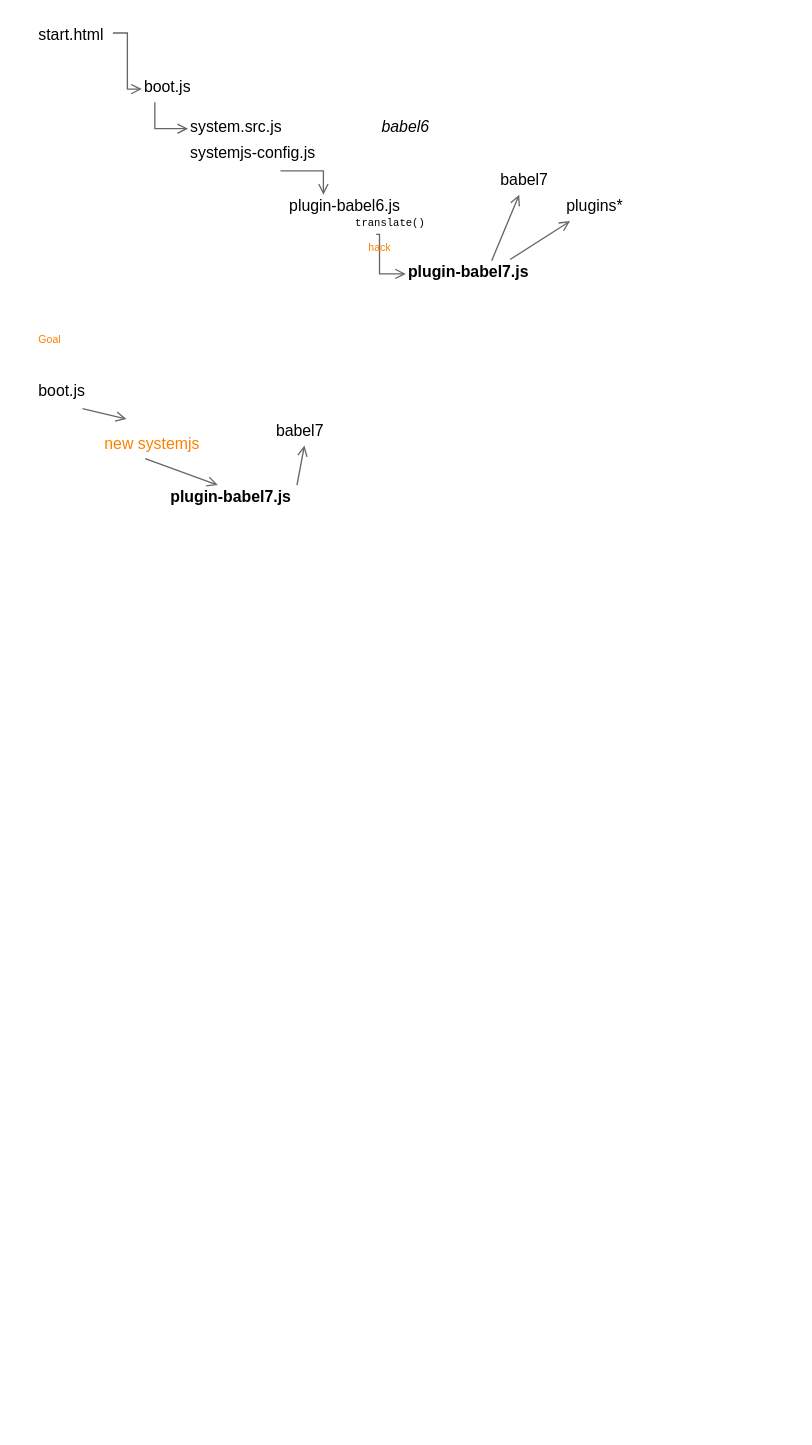
Above: doc/babel/babel.drawio in LivelyKernel/lively4-core (draw.io), before the change. Source tidied: cells renumbered, new cells numbered last; positions are measured from the earlier drawing's top-left corner, leaving out a move shared by most shapes. Both pictures are drawn from the tidied source at 132%, with x=0, y=0 at pixel (22, 22).
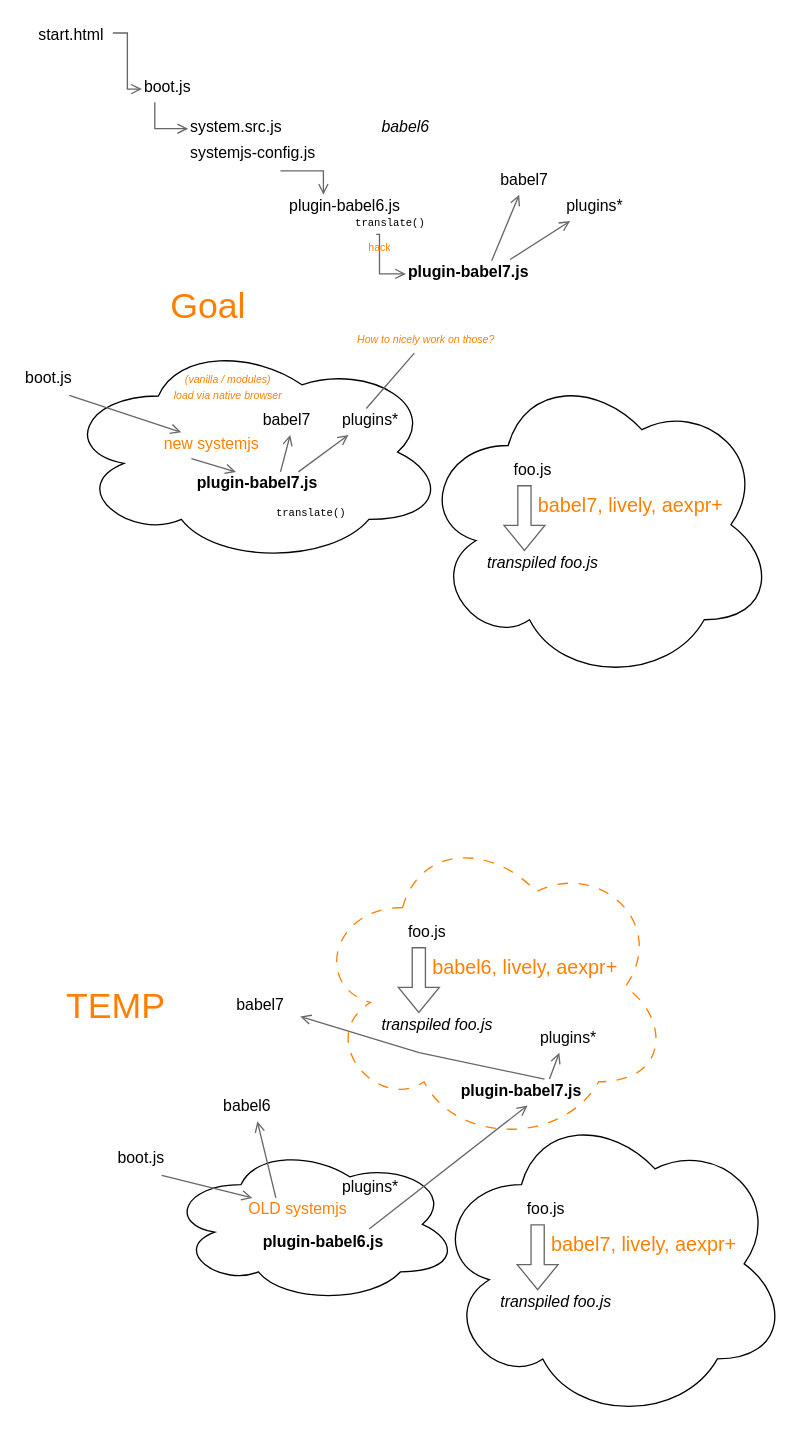
After the change.

Change to the diagram source:
```diff
@@
+    <mxCell id="27" style="ellipse;shape=cloud;whiteSpace=wrap;html=1;fontFamily=Helvetica;fontSize=27;fontColor=#FF8000;dashed=1;dashPattern=8 8;strokeColor=#FF8000;" parent="1" vertex="1">
+      <mxGeometry x="220" y="610" width="270" height="240" as="geometry" />
+    </mxCell>
+    <mxCell id="28" style="ellipse;shape=cloud;whiteSpace=wrap;html=1;fontFamily=Helvetica;fontSize=27;fontColor=#FF8000;" parent="1" vertex="1">
+      <mxGeometry x="300" y="260" width="270" height="240" as="geometry" />
+    </mxCell>
+    <mxCell id="29" style="ellipse;shape=cloud;whiteSpace=wrap;html=1;fontFamily=Helvetica;fontSize=27;fontColor=#FF8000;" parent="1" vertex="1">
+      <mxGeometry x="30" y="240" width="290" height="170" as="geometry" />
+    </mxCell>
@@
-    <mxCell id="19" value="Goal" style="text;html=1;align=center;verticalAlign=middle;strokeColor=none;fillColor=none;fontSize=8;fontFamily=Helvetica;fontColor=#FF8000;fontStyle=0;" parent="1" vertex="1">
-      <mxGeometry y="230" width="40" height="20" as="geometry" />
+    <mxCell id="19" value="Goal" style="text;html=1;align=center;verticalAlign=middle;strokeColor=none;fillColor=none;fontSize=27;fontFamily=Helvetica;fontColor=#FF8000;fontStyle=0;" parent="1" vertex="1">
+      <mxGeometry x="100" y="190" width="80" height="50" as="geometry" />
     </mxCell>
-    <mxCell id="20" style="edgeStyle=none;shape=connector;rounded=0;jettySize=auto;html=1;exitX=0.25;exitY=1;exitDx=0;exitDy=0;labelBackgroundColor=default;strokeColor=#666666;fontFamily=Helvetica;fontSize=8;fontColor=#FF8000;endArrow=open;endFill=0;" parent="1" edge="1" source="21">
-      <mxGeometry relative="1" as="geometry">
-        <mxPoint x="78.3" y="300" as="targetPoint" />
-      </mxGeometry>
+    <mxCell id="20" style="edgeStyle=none;shape=connector;rounded=0;jettySize=auto;html=1;exitX=0.25;exitY=1;exitDx=0;exitDy=0;labelBackgroundColor=default;strokeColor=#666666;fontFamily=Helvetica;fontSize=8;fontColor=#FF8000;endArrow=open;endFill=0;" parent="1" edge="1" source="21" target="26">
+      <mxGeometry relative="1" as="geometry" />
     </mxCell>
     <mxCell id="21" value="boot.js" style="text;whiteSpace=wrap;html=1;fontSize=12;fontFamily=Helvetica;fontColor=default;spacingLeft=0;spacingRight=0;spacing=2;spacingBottom=0;spacingTop=-5;" parent="1" vertex="1">
-      <mxGeometry x="10" y="270" width="140" height="22" as="geometry" />
+      <mxGeometry y="260" width="140" height="22" as="geometry" />
     </mxCell>
     <mxCell id="22" value="babel7" style="text;strokeColor=none;fillColor=none;align=left;verticalAlign=top;spacingLeft=0;spacingRight=0;overflow=hidden;points=[[0,0.5],[1,0.5]];portConstraint=eastwest;whiteSpace=wrap;html=1;labelPosition=center;verticalLabelPosition=middle;spacing=2;spacingBottom=0;spacingTop=-5;" parent="1" vertex="1">
-      <mxGeometry x="190" y="300" width="50" height="20" as="geometry" />
+      <mxGeometry x="180" y="292" width="50" height="20" as="geometry" />
     </mxCell>
-    <mxCell id="23" style="edgeStyle=none;shape=connector;rounded=0;jettySize=auto;html=1;exitX=0.75;exitY=0;exitDx=0;exitDy=0;labelBackgroundColor=default;strokeColor=#666666;fontFamily=Helvetica;fontSize=8;fontColor=#FF8000;endArrow=open;endFill=0;" parent="1" edge="1" source="24" target="22">
+    <mxCell id="23" style="edgeStyle=none;shape=connector;rounded=0;jettySize=auto;html=1;exitX=0.5;exitY=0;exitDx=0;exitDy=0;labelBackgroundColor=default;strokeColor=#666666;fontFamily=Helvetica;fontSize=8;fontColor=#FF8000;endArrow=open;endFill=0;" parent="1" edge="1" source="24" target="22">
       <mxGeometry relative="1" as="geometry" />
     </mxCell>
     <mxCell id="24" value="plugin-babel7.js" style="text;whiteSpace=wrap;html=1;fontSize=12;fontFamily=Helvetica;fontColor=default;spacingLeft=0;spacingRight=0;spacing=2;spacingBottom=0;spacingTop=-5;fontStyle=1;" parent="1" vertex="1">
-      <mxGeometry x="110" y="350" width="130" height="20" as="geometry" />
+      <mxGeometry x="130" y="340" width="130" height="20" as="geometry" />
     </mxCell>
@@
     <mxCell id="26" value="new systemjs" style="text;whiteSpace=wrap;html=1;fontSize=12;fontFamily=Helvetica;fontColor=#FF8000;spacingLeft=0;spacingRight=0;spacing=2;spacingBottom=0;spacingTop=-5;fontStyle=0;" parent="1" vertex="1">
-      <mxGeometry x="60" y="310" width="130" height="20" as="geometry" />
+      <mxGeometry x="105" y="310" width="90" height="20" as="geometry" />
     </mxCell>
+    <mxCell id="30" value="plugins*" style="text;whiteSpace=wrap;html=1;fontSize=12;fontFamily=Helvetica;fontColor=default;spacingLeft=0;spacingRight=0;spacing=2;spacingBottom=0;spacingTop=-5;fontStyle=0;" parent="1" vertex="1">
+      <mxGeometry x="240" y="292" width="40" height="20" as="geometry" />
+    </mxCell>
+    <mxCell id="31" style="shape=connector;rounded=0;jettySize=auto;html=1;labelBackgroundColor=default;strokeColor=#666666;fontFamily=Helvetica;fontSize=11;fontColor=default;endArrow=open;endFill=0;" parent="1" edge="1" source="24" target="30">
+      <mxGeometry relative="1" as="geometry" />
+    </mxCell>
+    <mxCell id="32" value="foo.js" style="text;whiteSpace=wrap;html=1;fontSize=12;fontFamily=Helvetica;fontColor=default;spacingLeft=0;spacingRight=0;spacing=2;spacingBottom=0;spacingTop=-5;" parent="1" vertex="1">
+      <mxGeometry x="370" y="330" width="110" height="20" as="geometry" />
+    </mxCell>
+    <mxCell id="33" style="shape=flexArrow;endArrow=classic;html=1;rounded=0;labelBackgroundColor=default;strokeColor=#666666;fontFamily=Helvetica;fontSize=27;fontColor=#FF8000;" parent="1" edge="1">
+      <mxGeometry relative="1" as="geometry">
+        <mxPoint x="379.8" y="350" as="sourcePoint" />
+        <mxPoint x="379.8" y="400" as="targetPoint" />
+      </mxGeometry>
+    </mxCell>
+    <mxCell id="34" value="&lt;i&gt;transpiled foo.js&lt;/i&gt;" style="text;whiteSpace=wrap;html=1;fontSize=12;fontFamily=Helvetica;fontColor=default;spacingLeft=0;spacingRight=0;spacing=2;spacingBottom=0;spacingTop=-5;" parent="1" vertex="1">
+      <mxGeometry x="350" y="400" width="110" height="20" as="geometry" />
+    </mxCell>
+    <mxCell id="35" value="&lt;font face=&quot;Courier New&quot; style=&quot;font-size: 8px;&quot;&gt;translate()&lt;/font&gt;" style="text;whiteSpace=wrap;html=1;fontSize=8;fontFamily=Helvetica;fontColor=default;" parent="1" vertex="1">
+      <mxGeometry x="190" y="360" width="70" height="20" as="geometry" />
+    </mxCell>
+    <mxCell id="36" value="&lt;i&gt;load via native browser&lt;/i&gt;" style="text;html=1;align=center;verticalAlign=middle;strokeColor=none;fillColor=none;fontSize=8;fontFamily=Helvetica;fontColor=#FF8000;fontStyle=0;" parent="1" vertex="1">
+      <mxGeometry x="100" y="272" width="110" height="20" as="geometry" />
+    </mxCell>
+    <mxCell id="37" value="&lt;i&gt;(vanilla / modules)&lt;/i&gt;" style="text;html=1;align=center;verticalAlign=middle;strokeColor=none;fillColor=none;fontSize=8;fontFamily=Helvetica;fontColor=#FF8000;fontStyle=0;" parent="1" vertex="1">
+      <mxGeometry x="110" y="260" width="90" height="20" as="geometry" />
+    </mxCell>
+    <mxCell id="38" value="babel7, lively, aexpr+" style="text;html=1;align=center;verticalAlign=middle;strokeColor=none;fillColor=none;fontSize=15;fontFamily=Helvetica;fontColor=#FF8000;fontStyle=0;" parent="1" vertex="1">
+      <mxGeometry x="380" y="350" width="160" height="30" as="geometry" />
+    </mxCell>
+    <mxCell id="39" style="ellipse;shape=cloud;whiteSpace=wrap;html=1;fontFamily=Helvetica;fontSize=27;fontColor=#FF8000;" parent="1" vertex="1">
+      <mxGeometry x="310" y="820" width="270" height="240" as="geometry" />
+    </mxCell>
+    <mxCell id="40" style="ellipse;shape=cloud;whiteSpace=wrap;html=1;fontFamily=Helvetica;fontSize=27;fontColor=#FF8000;" parent="1" vertex="1">
+      <mxGeometry x="110" y="850" width="220" height="120" as="geometry" />
+    </mxCell>
+    <mxCell id="41" value="TEMP" style="text;html=1;align=center;verticalAlign=middle;strokeColor=none;fillColor=none;fontSize=27;fontFamily=Helvetica;fontColor=#FF8000;fontStyle=0;" parent="1" vertex="1">
+      <mxGeometry x="20" y="720" width="100" height="50" as="geometry" />
+    </mxCell>
+    <mxCell id="42" style="edgeStyle=none;shape=connector;rounded=0;jettySize=auto;html=1;exitX=0.25;exitY=1;exitDx=0;exitDy=0;labelBackgroundColor=default;strokeColor=#666666;fontFamily=Helvetica;fontSize=8;fontColor=#FF8000;endArrow=open;endFill=0;" parent="1" edge="1" source="43" target="49">
+      <mxGeometry relative="1" as="geometry" />
+    </mxCell>
+    <mxCell id="43" value="boot.js" style="text;whiteSpace=wrap;html=1;fontSize=12;fontFamily=Helvetica;fontColor=default;spacingLeft=0;spacingRight=0;spacing=2;spacingBottom=0;spacingTop=-5;" parent="1" vertex="1">
+      <mxGeometry x="70" y="851" width="140" height="22" as="geometry" />
+    </mxCell>
+    <mxCell id="44" value="babel7" style="text;strokeColor=none;fillColor=none;align=left;verticalAlign=top;spacingLeft=0;spacingRight=0;overflow=hidden;points=[[0,0.5],[1,0.5]];portConstraint=eastwest;whiteSpace=wrap;html=1;labelPosition=center;verticalLabelPosition=middle;spacing=2;spacingBottom=0;spacingTop=-5;" parent="1" vertex="1">
+      <mxGeometry x="160" y="735" width="50" height="20" as="geometry" />
+    </mxCell>
+    <mxCell id="45" style="edgeStyle=none;shape=connector;rounded=0;jettySize=auto;html=1;exitX=0.5;exitY=0;exitDx=0;exitDy=0;labelBackgroundColor=default;strokeColor=#666666;fontFamily=Helvetica;fontSize=8;fontColor=#FF8000;endArrow=open;endFill=0;" parent="1" edge="1" source="46" target="44">
+      <mxGeometry relative="1" as="geometry">
+        <Array as="points">
+          <mxPoint x="300" y="780" />
+        </Array>
+      </mxGeometry>
+    </mxCell>
+    <mxCell id="46" value="plugin-babel7.js" style="text;whiteSpace=wrap;html=1;fontSize=12;fontFamily=Helvetica;fontColor=default;spacingLeft=0;spacingRight=0;spacing=2;spacingBottom=0;spacingTop=-5;fontStyle=1;" parent="1" vertex="1">
+      <mxGeometry x="330" y="800" width="130" height="20" as="geometry" />
+    </mxCell>
+    <mxCell id="47" style="edgeStyle=none;shape=connector;rounded=0;jettySize=auto;html=1;exitX=0.632;exitY=-0.072;exitDx=0;exitDy=0;labelBackgroundColor=default;strokeColor=#666666;fontFamily=Helvetica;fontSize=8;fontColor=#FF8000;endArrow=open;endFill=0;exitPerimeter=0;" parent="1" edge="1" source="60" target="46">
+      <mxGeometry relative="1" as="geometry" />
+    </mxCell>
+    <mxCell id="48" style="edgeStyle=none;shape=connector;rounded=0;jettySize=auto;html=1;exitX=0.25;exitY=0;exitDx=0;exitDy=0;labelBackgroundColor=default;strokeColor=#666666;fontFamily=Helvetica;fontSize=15;fontColor=#FF8000;endArrow=open;endFill=0;" parent="1" edge="1" source="49" target="61">
+      <mxGeometry relative="1" as="geometry" />
+    </mxCell>
+    <mxCell id="49" value="OLD systemjs" style="text;whiteSpace=wrap;html=1;fontSize=12;fontFamily=Helvetica;fontColor=#FF8000;spacingLeft=0;spacingRight=0;spacing=2;spacingBottom=0;spacingTop=-5;fontStyle=0;" parent="1" vertex="1">
+      <mxGeometry x="169" y="890" width="90" height="20" as="geometry" />
+    </mxCell>
+    <mxCell id="50" value="plugins*" style="text;whiteSpace=wrap;html=1;fontSize=12;fontFamily=Helvetica;fontColor=default;spacingLeft=0;spacingRight=0;spacing=2;spacingBottom=0;spacingTop=-5;fontStyle=0;" parent="1" vertex="1">
+      <mxGeometry x="390" y="760" width="40" height="20" as="geometry" />
+    </mxCell>
+    <mxCell id="51" style="shape=connector;rounded=0;jettySize=auto;html=1;labelBackgroundColor=default;strokeColor=#666666;fontFamily=Helvetica;fontSize=11;fontColor=default;endArrow=open;endFill=0;" parent="1" edge="1" source="46" target="50">
+      <mxGeometry relative="1" as="geometry" />
+    </mxCell>
+    <mxCell id="52" value="foo.js" style="text;whiteSpace=wrap;html=1;fontSize=12;fontFamily=Helvetica;fontColor=default;spacingLeft=0;spacingRight=0;spacing=2;spacingBottom=0;spacingTop=-5;" parent="1" vertex="1">
+      <mxGeometry x="380" y="890" width="110" height="20" as="geometry" />
+    </mxCell>
+    <mxCell id="53" style="shape=flexArrow;endArrow=classic;html=1;rounded=0;labelBackgroundColor=default;strokeColor=#666666;fontFamily=Helvetica;fontSize=27;fontColor=#FF8000;" parent="1" edge="1">
+      <mxGeometry relative="1" as="geometry">
+        <mxPoint x="389.8" y="910" as="sourcePoint" />
+        <mxPoint x="389.8" y="960" as="targetPoint" />
+      </mxGeometry>
+    </mxCell>
+    <mxCell id="54" value="&lt;i&gt;transpiled foo.js&lt;/i&gt;" style="text;whiteSpace=wrap;html=1;fontSize=12;fontFamily=Helvetica;fontColor=default;spacingLeft=0;spacingRight=0;spacing=2;spacingBottom=0;spacingTop=-5;" parent="1" vertex="1">
+      <mxGeometry x="360" y="960" width="110" height="20" as="geometry" />
+    </mxCell>
+    <mxCell id="55" value="babel7, lively, aexpr+" style="text;html=1;align=center;verticalAlign=middle;strokeColor=none;fillColor=none;fontSize=15;fontFamily=Helvetica;fontColor=#FF8000;fontStyle=0;" parent="1" vertex="1">
+      <mxGeometry x="390" y="910" width="160" height="30" as="geometry" />
+    </mxCell>
+    <mxCell id="56" value="foo.js" style="text;whiteSpace=wrap;html=1;fontSize=12;fontFamily=Helvetica;fontColor=default;spacingLeft=0;spacingRight=0;spacing=2;spacingBottom=0;spacingTop=-5;" parent="1" vertex="1">
+      <mxGeometry x="290" y="680" width="110" height="20" as="geometry" />
+    </mxCell>
+    <mxCell id="57" style="shape=flexArrow;endArrow=classic;html=1;rounded=0;labelBackgroundColor=default;strokeColor=#666666;fontFamily=Helvetica;fontSize=27;fontColor=#FF8000;" parent="1" edge="1">
+      <mxGeometry relative="1" as="geometry">
+        <mxPoint x="299.8" y="700" as="sourcePoint" />
+        <mxPoint x="299.8" y="750" as="targetPoint" />
+      </mxGeometry>
+    </mxCell>
+    <mxCell id="58" value="&lt;i&gt;transpiled foo.js&lt;/i&gt;" style="text;whiteSpace=wrap;html=1;fontSize=12;fontFamily=Helvetica;fontColor=default;spacingLeft=0;spacingRight=0;spacing=2;spacingBottom=0;spacingTop=-5;" parent="1" vertex="1">
+      <mxGeometry x="270" y="750" width="110" height="20" as="geometry" />
+    </mxCell>
+    <mxCell id="59" value="babel6, lively, aexpr+" style="text;html=1;align=center;verticalAlign=middle;strokeColor=none;fillColor=none;fontSize=15;fontFamily=Helvetica;fontColor=#FF8000;fontStyle=0;" parent="1" vertex="1">
+      <mxGeometry x="300" y="700" width="160" height="30" as="geometry" />
+    </mxCell>
+    <mxCell id="60" value="plugin-babel6.js" style="text;whiteSpace=wrap;html=1;fontSize=12;fontFamily=Helvetica;fontColor=default;spacingLeft=0;spacingRight=0;spacing=2;spacingBottom=0;spacingTop=-5;fontStyle=1;" parent="1" vertex="1">
+      <mxGeometry x="180" y="915" width="130" height="20" as="geometry" />
+    </mxCell>
+    <mxCell id="61" value="babel6" style="text;strokeColor=none;fillColor=none;align=left;verticalAlign=top;spacingLeft=0;spacingRight=0;overflow=hidden;points=[[0,0.5],[1,0.5]];portConstraint=eastwest;whiteSpace=wrap;html=1;labelPosition=center;verticalLabelPosition=middle;spacing=2;spacingBottom=0;spacingTop=-5;" parent="1" vertex="1">
+      <mxGeometry x="150" y="812" width="50" height="20" as="geometry" />
+    </mxCell>
+    <mxCell id="62" style="edgeStyle=none;shape=connector;rounded=0;jettySize=auto;html=1;entryX=0.5;entryY=0;entryDx=0;entryDy=0;labelBackgroundColor=default;strokeColor=#666666;fontFamily=Helvetica;fontSize=15;fontColor=#FF8000;endArrow=none;endFill=0;" parent="1" edge="1" source="63" target="30">
+      <mxGeometry relative="1" as="geometry" />
+    </mxCell>
+    <mxCell id="63" value="&lt;i&gt;How to nicely work on those?&lt;/i&gt;" style="text;html=1;align=center;verticalAlign=middle;points=[];strokeColor=none;fillColor=none;fontSize=8;fontFamily=Helvetica;fontColor=#FF8000;fontStyle=0;" parent="1" vertex="1">
+      <mxGeometry x="240" y="230" width="130" height="20" as="geometry" />
+    </mxCell>
+    <mxCell id="64" value="plugins*" style="text;whiteSpace=wrap;html=1;fontSize=12;fontFamily=Helvetica;fontColor=default;spacingLeft=0;spacingRight=0;spacing=2;spacingBottom=0;spacingTop=-5;fontStyle=0;" parent="1" vertex="1">
+      <mxGeometry x="240" y="873" width="40" height="20" as="geometry" />
+    </mxCell>
```
